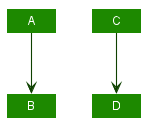
This is docs/images/plantuml/ABeforeC.png from se-edu/addressbook-level4, a PlantUML export, as it was before one commit.
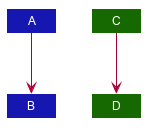
Later version of the same file.

The edit, as a diff of the source:
```diff
@@ -44,13 +44,12 @@
 hide footbox
 hide members
 hide circle
-skinparam arrowThickness 1.1
-skinparam arrowColor #0E4100
-skinparam classBackgroundColor #1D8900
 
-Class A
+Class A #1616B0
+Class B #1616B0
+Class C #166800
+Class D #166800
+
 A --> B
 C --> D
-
-
 @enduml
```
